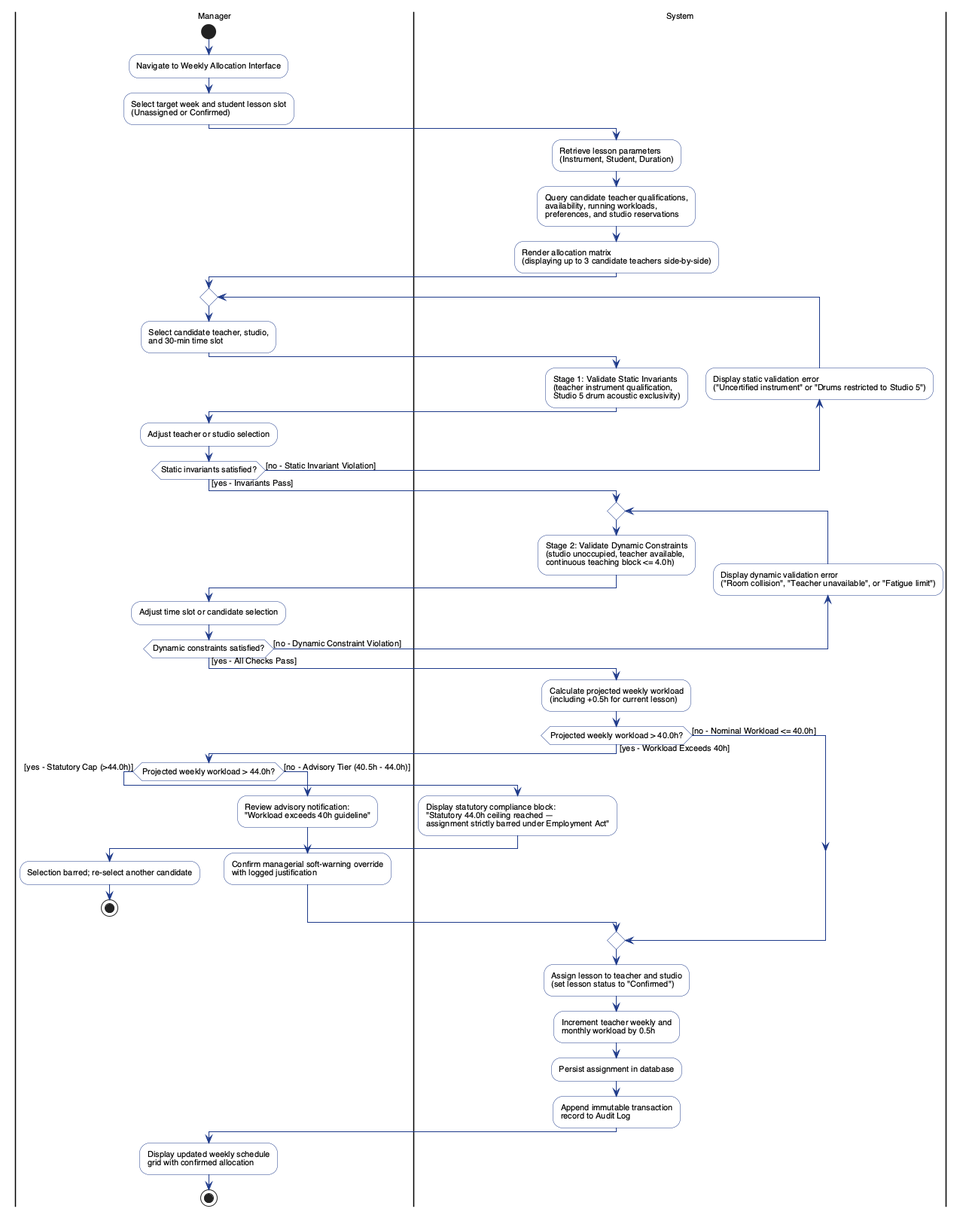
The PlantUML diagram report/assets/activity_allocation.png in adoreblvnk/2001temp, before a commit.
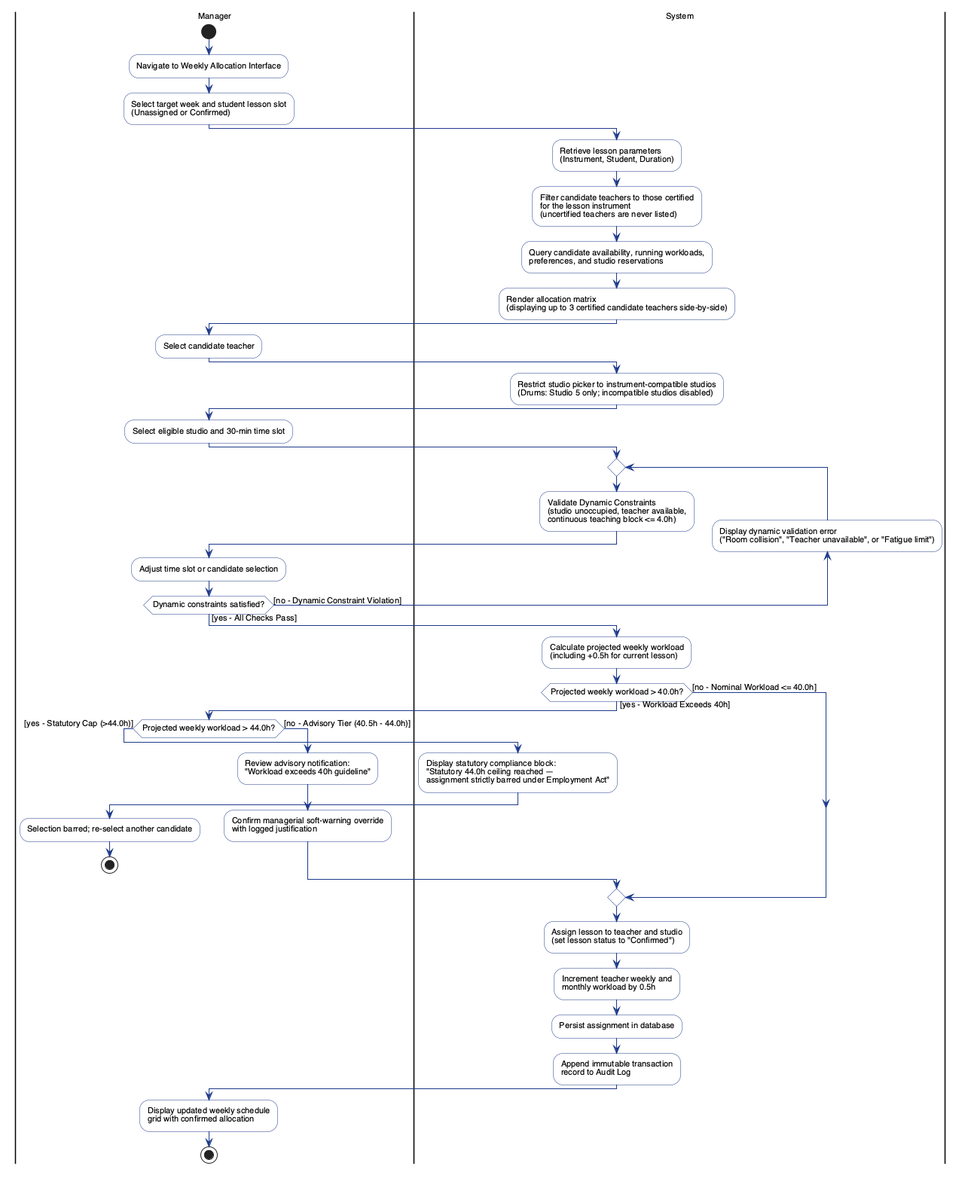
The same file after the commit.

Commit message:
fix(use-cases): convert static invariants to preconditions and remove invalid alternative scenarios

Change to the diagram source:
```diff
@@ -20,29 +20,28 @@
 |System|
 :Retrieve lesson parameters
 (Instrument, Student, Duration);
-:Query candidate teacher qualifications,
-availability, running workloads,
+
+:Filter candidate teachers to those certified
+for the lesson instrument
+(uncertified teachers are never listed);
+:Query candidate availability, running workloads,
 preferences, and studio reservations;
 :Render allocation matrix
-(displaying up to 3 candidate teachers side-by-side);
+(displaying up to 3 certified candidate teachers side-by-side);
 
 |Manager|
-repeat
-    :Select candidate teacher, studio,
-    and 30-min time slot;
-    |System|
-    :Stage 1: Validate Static Invariants
-    (teacher instrument qualification,
-    Studio 5 drum acoustic exclusivity);
-    backward:Display static validation error
-    ("Uncertified instrument" or "Drums restricted to Studio 5");
-    |Manager|
-    :Adjust teacher or studio selection;
-repeat while (Static invariants satisfied?) is ([no - Static Invariant Violation]) not ([yes - Invariants Pass])
+:Select candidate teacher;
+
+|System|
+:Restrict studio picker to instrument-compatible studios
+(Drums: Studio 5 only; incompatible studios disabled);
+
+|Manager|
+:Select eligible studio and 30-min time slot;
 
 |System|
 repeat
-    :Stage 2: Validate Dynamic Constraints
+    :Validate Dynamic Constraints
     (studio unoccupied, teacher available,
     continuous teaching block <= 4.0h);
     backward:Display dynamic validation error
```
